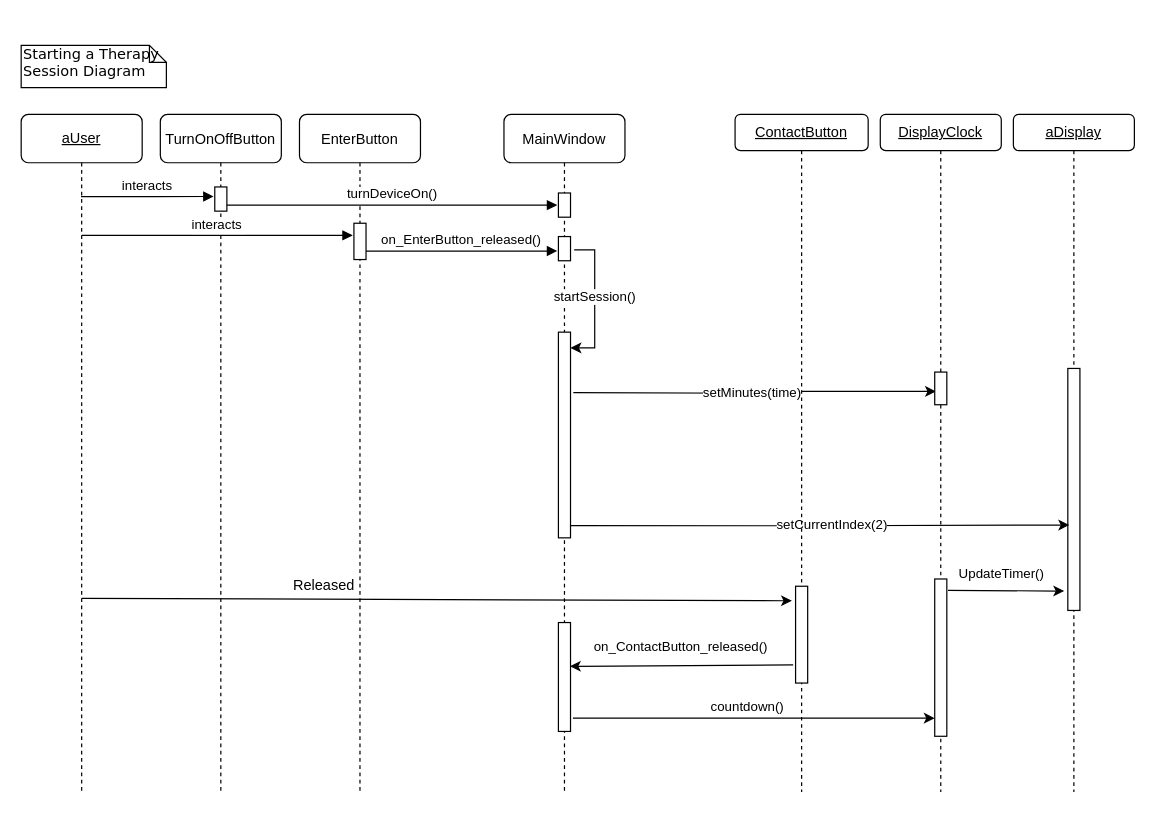
Earlier version of the draw.io diagram Documentation/StartSession.drawio (Hall-Andrew/CESDEVICE-3004FinalProject). Source tidied: cells renumbered, new cells numbered last; positions are measured from the earlier drawing's top-left corner, leaving out a move shared by most shapes. Both pictures are drawn from the tidied source at 121%, with x=0, y=0 at pixel (21, 45).
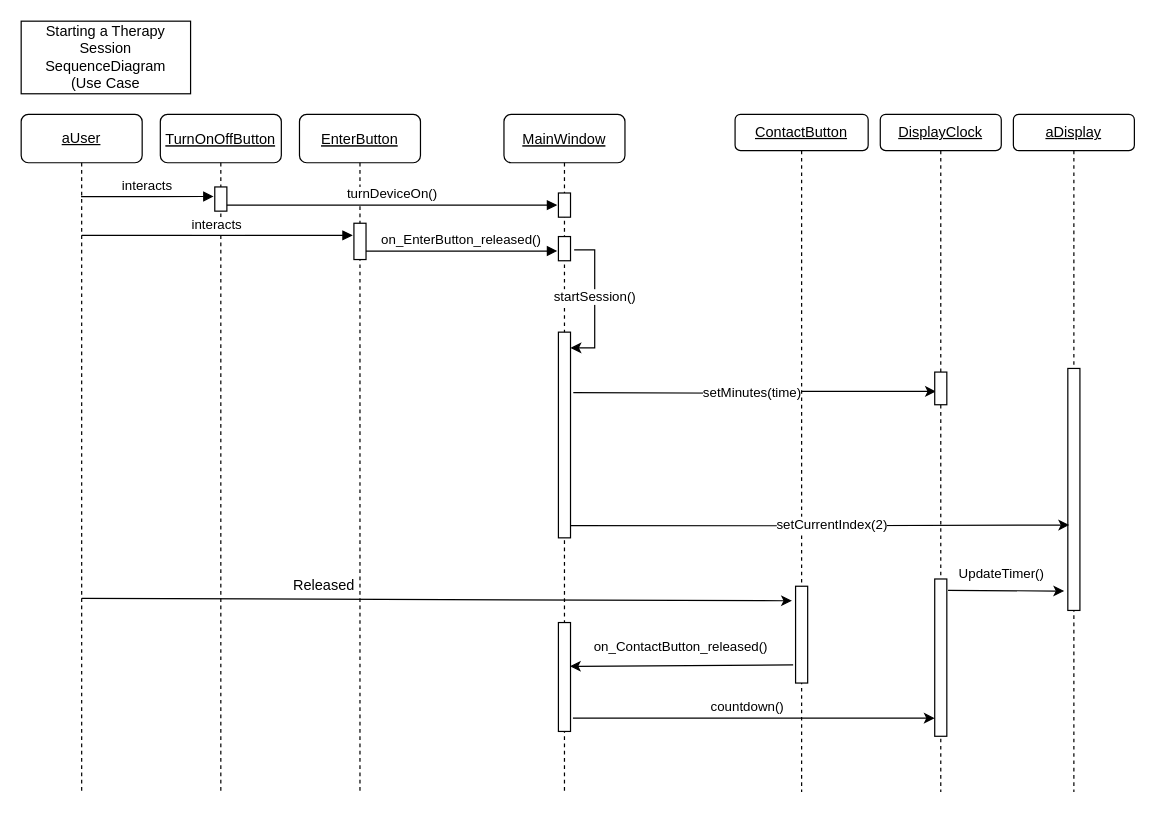
Above is the later version.

What changed in the source:
```diff
@@
+    <mxCell id="23" value="&lt;font face=&quot;Helvetica&quot;&gt;&lt;u&gt;ContactButton&lt;/u&gt;&lt;/font&gt;" style="shape=umlLifeline;perimeter=lifelinePerimeter;whiteSpace=wrap;html=1;rounded=1;shadow=0;comic=0;labelBackgroundColor=none;strokeWidth=1;fontFamily=Helvetica;fontSize=12;align=center;size=30;" parent="1" vertex="1">
+      <mxGeometry x="590" y="57" width="110" height="560" as="geometry" />
+    </mxCell>
+    <mxCell id="24" style="points=[];perimeter=orthogonalPerimeter;rounded=0;shadow=0;strokeWidth=1;fontFamily=Helvetica;" parent="23" vertex="1">
+      <mxGeometry x="50" y="390" width="10" height="80" as="geometry" />
+    </mxCell>
+    <mxCell id="25" value="countdown()" style="text;html=1;align=center;verticalAlign=middle;strokeColor=none;fillColor=none;fontSize=11;fontFamily=Helvetica;" parent="23" vertex="1">
+      <mxGeometry x="-30" y="480" width="80" height="20" as="geometry" />
+    </mxCell>
-    <mxCell id="2" value="EnterButton" style="shape=umlLifeline;perimeter=lifelinePerimeter;rounded=1;shadow=0;strokeWidth=1;fontFamily=Helvetica;" parent="1" vertex="1">
+    <mxCell id="2" value="EnterButton" style="shape=umlLifeline;perimeter=lifelinePerimeter;rounded=1;shadow=0;strokeWidth=1;fontFamily=Helvetica;fontStyle=4;" parent="1" vertex="1">
       <mxGeometry x="230" y="57" width="100" height="560" as="geometry" />
     </mxCell>
@@
-    <mxCell id="4" value="TurnOnOffButton" style="shape=umlLifeline;perimeter=lifelinePerimeter;rounded=1;shadow=0;strokeWidth=1;fontFamily=Helvetica;" parent="1" vertex="1">
+    <mxCell id="4" value="TurnOnOffButton" style="shape=umlLifeline;perimeter=lifelinePerimeter;rounded=1;shadow=0;strokeWidth=1;fontFamily=Helvetica;fontStyle=4;" parent="1" vertex="1">
       <mxGeometry x="115" y="57" width="100" height="560" as="geometry" />
     </mxCell>
@@
-    <mxCell id="7" value="MainWindow" style="shape=umlLifeline;perimeter=lifelinePerimeter;rounded=1;shadow=0;strokeWidth=1;fontFamily=Helvetica;" parent="1" vertex="1">
+    <mxCell id="7" value="MainWindow" style="shape=umlLifeline;perimeter=lifelinePerimeter;rounded=1;shadow=0;strokeWidth=1;fontFamily=Helvetica;fontStyle=4;" parent="1" vertex="1">
       <mxGeometry x="399" y="57" width="100" height="560" as="geometry" />
     </mxCell>
@@
-    <mxCell id="20" value="&lt;u&gt;DisplayClock&lt;/u&gt;" style="shape=umlLifeline;perimeter=lifelinePerimeter;whiteSpace=wrap;html=1;rounded=1;shadow=0;comic=0;labelBackgroundColor=none;strokeWidth=1;fontFamily=Helvetica;fontSize=12;align=center;size=30;" parent="1" vertex="1">
+    <mxCell id="20" value="&lt;font face=&quot;Helvetica&quot;&gt;&lt;u&gt;DisplayClock&lt;/u&gt;&lt;/font&gt;" style="shape=umlLifeline;perimeter=lifelinePerimeter;whiteSpace=wrap;html=1;rounded=1;shadow=0;comic=0;labelBackgroundColor=none;strokeWidth=1;fontFamily=Helvetica;fontSize=12;align=center;size=30;" parent="1" vertex="1">
       <mxGeometry x="710" y="57" width="100" height="560" as="geometry" />
     </mxCell>
@@
-    <mxCell id="23" value="&lt;u&gt;ContactButton&lt;/u&gt;" style="shape=umlLifeline;perimeter=lifelinePerimeter;whiteSpace=wrap;html=1;rounded=1;shadow=0;comic=0;labelBackgroundColor=none;strokeWidth=1;fontFamily=Helvetica;fontSize=12;align=center;size=30;" parent="1" vertex="1">
-      <mxGeometry x="590" y="57" width="110" height="560" as="geometry" />
-    </mxCell>
-    <mxCell id="24" style="points=[];perimeter=orthogonalPerimeter;rounded=0;shadow=0;strokeWidth=1;fontFamily=Helvetica;" parent="23" vertex="1">
-      <mxGeometry x="50" y="390" width="10" height="80" as="geometry" />
-    </mxCell>
-    <mxCell id="25" value="countdown()" style="text;html=1;align=center;verticalAlign=middle;strokeColor=none;fillColor=none;fontSize=11;fontFamily=Helvetica;" parent="23" vertex="1">
-      <mxGeometry x="-30" y="480" width="80" height="20" as="geometry" />
-    </mxCell>
@@
-    <mxCell id="34" value="Starting a Therapy Session Diagram" style="shape=note;whiteSpace=wrap;html=1;size=14;verticalAlign=top;align=left;spacingTop=-6;rounded=0;shadow=0;comic=0;labelBackgroundColor=none;strokeWidth=1;fontFamily=Verdana;fontSize=12;fillColor=default;strokeColor=default;fontColor=default;" parent="1" vertex="1">
-      <mxGeometry width="120" height="35" as="geometry" />
-    </mxCell>
+    <mxCell id="35" value="Starting a Therapy Session &lt;br&gt;&lt;div&gt;SequenceDiagram&lt;/div&gt;&lt;div&gt;(Use Case &lt;br&gt;&lt;/div&gt;" style="rounded=0;whiteSpace=wrap;html=1;fontFamily=Helvetica;" parent="1" vertex="1">
+      <mxGeometry y="-20" width="140" height="60" as="geometry" />
+    </mxCell>
```
